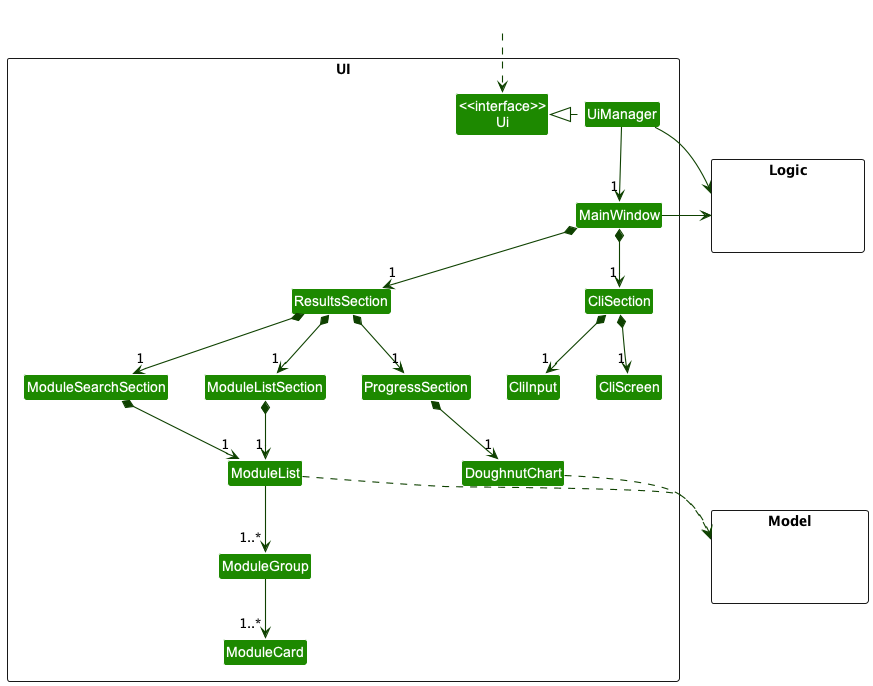
The PlantUML diagram docs/images/UiClassDiagram.png in nus-cs2103-AY2223S2/tp, before a commit.
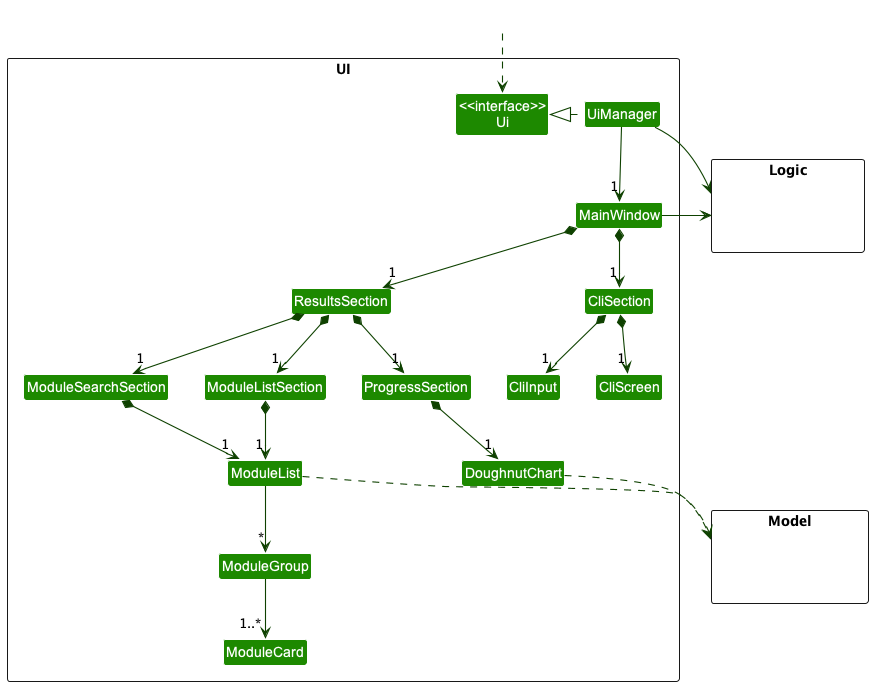
Above is the later version.

Commit message:
Update UI class diagram

What changed in the source:
```diff
@@ -51,7 +51,7 @@
 CliSection *-down-> "1" CliScreen
 CliSection *-down-> "1" CliInput
 
-ModuleList -down-> "1..*" ModuleGroup
+ModuleList -down-> "*" ModuleGroup
 ModuleGroup -down-> "1..*" ModuleCard
 
 
```
